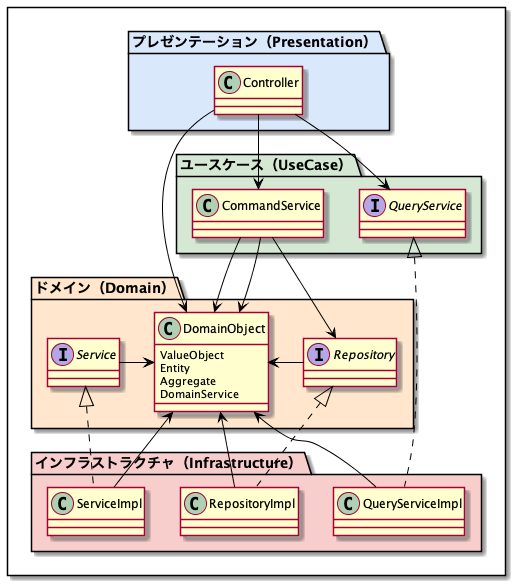
TakashiOnawa/ddd-architecture keeps this PlantUML diagram as drawing/LayerStructure_TypicalClass/LayerStructure_TypicalClass.png. Above is the earlier version.
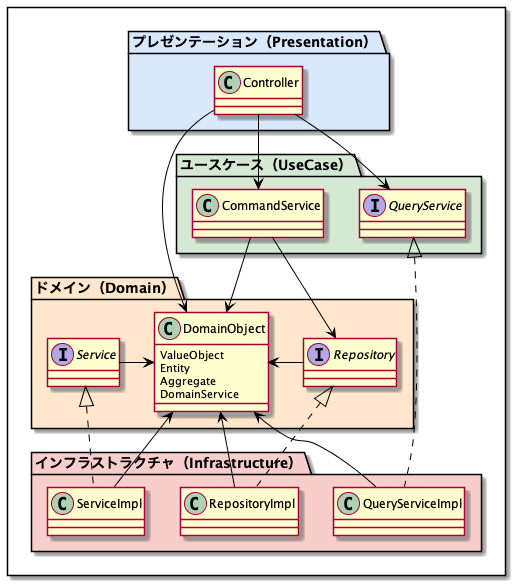
Above is the later version.

Commit message:
diagram の修正

What changed in the source:
```diff
@@ -38,7 +38,6 @@
 
     CommandService --> DomainObject
     CommandService --> Repository
-    CommandService --> DomainObject
 
     RepositoryImpl .up.|> Repository
     ServiceImpl .up.|> Service
```
